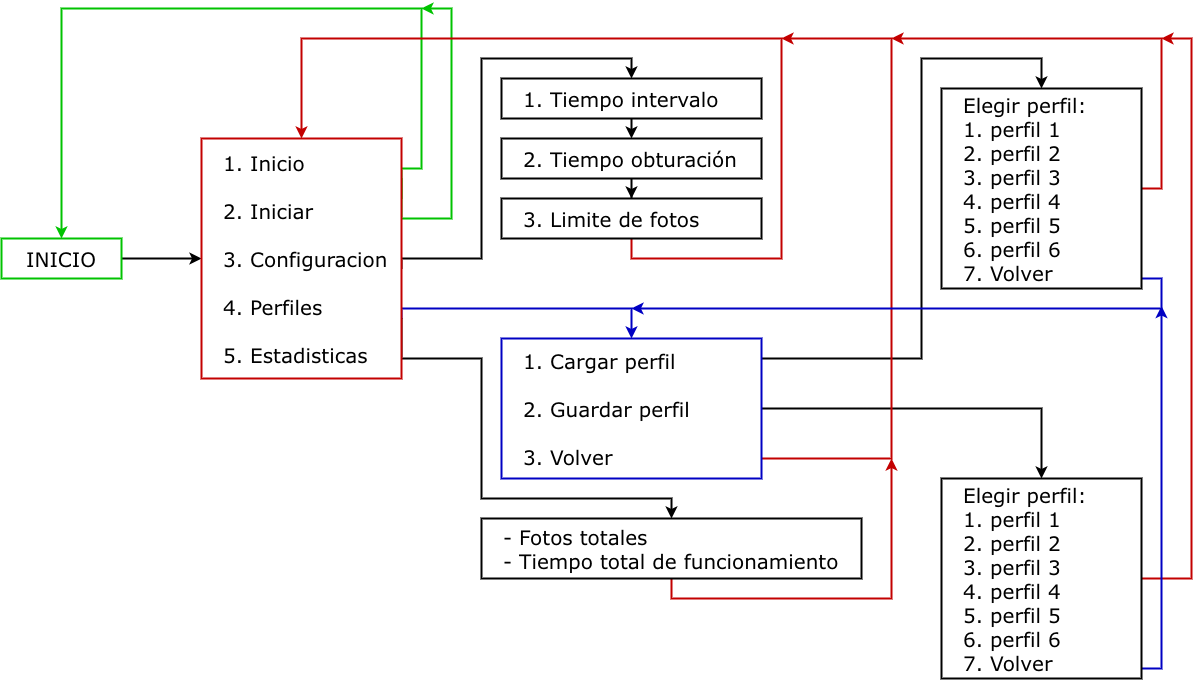
Before: docs/flowchart_es.png, a diagram exported from draw.io (Estebanp2005/AstroPhotographer). Source tidied: cells renumbered, new cells last; positions are measured from the earlier drawing's top-left corner, leaving out a move shared by most shapes.
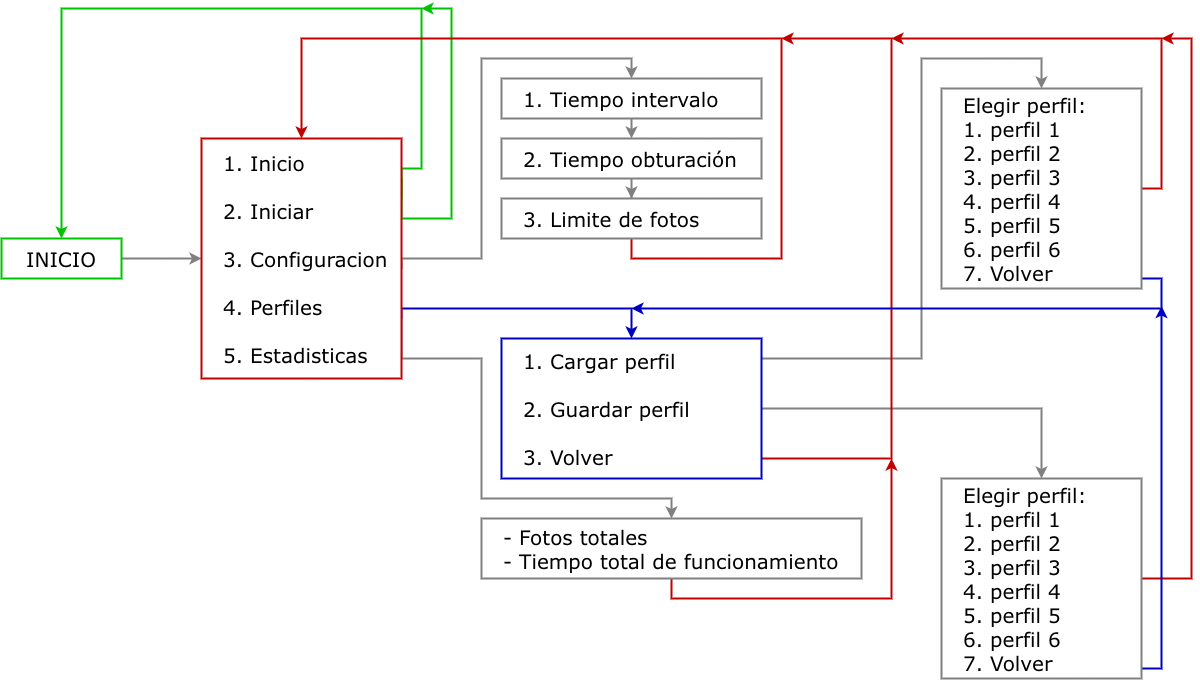
After the commit.

The edit, as a diff of the source:
```diff
@@ -2,7 +2,7 @@
   <root>
     <mxCell id="0" />
     <mxCell id="1" parent="0" />
-    <mxCell id="2" style="edgeStyle=orthogonalEdgeStyle;rounded=0;jettySize=auto;html=1;exitX=1;exitY=0.5;exitDx=0;exitDy=0;entryX=0;entryY=0.5;entryDx=0;entryDy=0;strokeWidth=2;" parent="1" edge="1" source="3" target="9">
+    <mxCell id="2" style="edgeStyle=orthogonalEdgeStyle;rounded=0;jettySize=auto;html=1;exitX=1;exitY=0.5;exitDx=0;exitDy=0;entryX=0;entryY=0.5;entryDx=0;entryDy=0;strokeWidth=2;strokeColor=#808080;" parent="1" edge="1" source="3" target="9">
       <mxGeometry relative="1" as="geometry" />
     </mxCell>
     <mxCell id="3" value="INICIO" style="rounded=0;whiteSpace=wrap;html=1;fontFamily=Verdana;fontSize=20;strokeWidth=2;strokeColor=#00C300;" parent="1" vertex="1">
@@ -29,7 +29,7 @@
         </Array>
       </mxGeometry>
     </mxCell>
-    <mxCell id="6" style="edgeStyle=orthogonalEdgeStyle;rounded=0;jettySize=auto;html=1;exitX=1;exitY=0.5;exitDx=0;exitDy=0;entryX=0.5;entryY=0;entryDx=0;entryDy=0;strokeWidth=2;" parent="1" edge="1" target="12">
+    <mxCell id="6" style="edgeStyle=orthogonalEdgeStyle;rounded=0;jettySize=auto;html=1;exitX=1;exitY=0.5;exitDx=0;exitDy=0;entryX=0.5;entryY=0;entryDx=0;entryDy=0;strokeWidth=2;strokeColor=#808080;" parent="1" edge="1" target="12">
       <mxGeometry relative="1" as="geometry">
         <mxPoint x="400" y="260" as="sourcePoint" />
         <Array as="points">
@@ -48,7 +48,7 @@
         </Array>
       </mxGeometry>
     </mxCell>
-    <mxCell id="8" style="edgeStyle=orthogonalEdgeStyle;rounded=0;jettySize=auto;html=1;exitX=1;exitY=0.75;exitDx=0;exitDy=0;entryX=0.5;entryY=0;entryDx=0;entryDy=0;strokeWidth=2;" parent="1" edge="1" source="9" target="27">
+    <mxCell id="8" style="edgeStyle=orthogonalEdgeStyle;rounded=0;jettySize=auto;html=1;exitX=1;exitY=0.75;exitDx=0;exitDy=0;entryX=0.5;entryY=0;entryDx=0;entryDy=0;strokeWidth=2;strokeColor=#808080;" parent="1" edge="1" source="9" target="27">
       <mxGeometry relative="1" as="geometry">
         <Array as="points">
           <mxPoint x="400" y="350" />
@@ -71,22 +71,22 @@
         </Array>
       </mxGeometry>
     </mxCell>
-    <mxCell id="11" style="edgeStyle=orthogonalEdgeStyle;rounded=0;jettySize=auto;html=1;exitX=0.5;exitY=1;exitDx=0;exitDy=0;entryX=0.5;entryY=0;entryDx=0;entryDy=0;strokeWidth=2;" parent="1" edge="1" source="12" target="14">
+    <mxCell id="11" style="edgeStyle=orthogonalEdgeStyle;rounded=0;jettySize=auto;html=1;exitX=0.5;exitY=1;exitDx=0;exitDy=0;entryX=0.5;entryY=0;entryDx=0;entryDy=0;strokeWidth=2;strokeColor=#808080;" parent="1" edge="1" source="12" target="14">
       <mxGeometry relative="1" as="geometry" />
     </mxCell>
-    <mxCell id="12" value="1. Tiempo intervalo" style="rounded=0;html=1;align=left;fontSize=20;labelPosition=center;verticalLabelPosition=middle;verticalAlign=middle;whiteSpace=wrap;spacingLeft=20;fontFamily=Verdana;strokeWidth=2;" parent="1" vertex="1">
+    <mxCell id="12" value="1. Tiempo intervalo" style="rounded=0;html=1;align=left;fontSize=20;labelPosition=center;verticalLabelPosition=middle;verticalAlign=middle;whiteSpace=wrap;spacingLeft=20;fontFamily=Verdana;strokeWidth=2;strokeColor=#808080;" parent="1" vertex="1">
       <mxGeometry x="500" y="70" width="260" height="40" as="geometry" />
     </mxCell>
-    <mxCell id="13" style="edgeStyle=orthogonalEdgeStyle;rounded=0;jettySize=auto;html=1;entryX=0.5;entryY=0;entryDx=0;entryDy=0;strokeWidth=2;" parent="1" edge="1" source="14" target="15">
+    <mxCell id="13" style="edgeStyle=orthogonalEdgeStyle;rounded=0;jettySize=auto;html=1;entryX=0.5;entryY=0;entryDx=0;entryDy=0;strokeWidth=2;strokeColor=#808080;" parent="1" edge="1" source="14" target="15">
       <mxGeometry relative="1" as="geometry" />
     </mxCell>
-    <mxCell id="14" value="2. Tiempo obturación" style="rounded=0;html=1;align=left;fontSize=20;labelPosition=center;verticalLabelPosition=middle;verticalAlign=middle;whiteSpace=wrap;spacingLeft=20;fontFamily=Verdana;strokeWidth=2;" parent="1" vertex="1">
+    <mxCell id="14" value="2. Tiempo obturación" style="rounded=0;html=1;align=left;fontSize=20;labelPosition=center;verticalLabelPosition=middle;verticalAlign=middle;whiteSpace=wrap;spacingLeft=20;fontFamily=Verdana;strokeWidth=2;strokeColor=#808080;" parent="1" vertex="1">
       <mxGeometry x="500" y="130" width="260" height="40" as="geometry" />
     </mxCell>
-    <mxCell id="15" value="3. Limite de fotos" style="rounded=0;html=1;align=left;fontSize=20;labelPosition=center;verticalLabelPosition=middle;verticalAlign=middle;whiteSpace=wrap;spacingLeft=20;fontFamily=Verdana;strokeWidth=2;" parent="1" vertex="1">
+    <mxCell id="15" value="3. Limite de fotos" style="rounded=0;html=1;align=left;fontSize=20;labelPosition=center;verticalLabelPosition=middle;verticalAlign=middle;whiteSpace=wrap;spacingLeft=20;fontFamily=Verdana;strokeWidth=2;strokeColor=#808080;" parent="1" vertex="1">
       <mxGeometry x="500" y="190" width="260" height="40" as="geometry" />
     </mxCell>
-    <mxCell id="16" style="edgeStyle=orthogonalEdgeStyle;rounded=0;jettySize=auto;html=1;exitX=1;exitY=0.25;exitDx=0;exitDy=0;entryX=0.5;entryY=0;entryDx=0;entryDy=0;strokeWidth=2;" parent="1" edge="1" source="19" target="22">
+    <mxCell id="16" style="edgeStyle=orthogonalEdgeStyle;rounded=0;jettySize=auto;html=1;exitX=1;exitY=0.25;exitDx=0;exitDy=0;entryX=0.5;entryY=0;entryDx=0;entryDy=0;strokeWidth=2;strokeColor=#808080;" parent="1" edge="1" source="19" target="22">
       <mxGeometry relative="1" as="geometry">
         <Array as="points">
           <mxPoint x="750" y="365" />
@@ -97,7 +97,7 @@
         </Array>
       </mxGeometry>
     </mxCell>
-    <mxCell id="17" style="edgeStyle=orthogonalEdgeStyle;rounded=0;jettySize=auto;html=1;exitX=1;exitY=0.5;exitDx=0;exitDy=0;entryX=0.5;entryY=0;entryDx=0;entryDy=0;strokeWidth=2;" parent="1" edge="1" source="19" target="25">
+    <mxCell id="17" style="edgeStyle=orthogonalEdgeStyle;rounded=0;jettySize=auto;html=1;exitX=1;exitY=0.5;exitDx=0;exitDy=0;entryX=0.5;entryY=0;entryDx=0;entryDy=0;strokeWidth=2;strokeColor=#808080;" parent="1" edge="1" source="19" target="25">
       <mxGeometry relative="1" as="geometry" />
     </mxCell>
     <mxCell id="18" style="edgeStyle=orthogonalEdgeStyle;rounded=0;jettySize=auto;html=1;exitX=1;exitY=0.75;exitDx=0;exitDy=0;strokeWidth=2;strokeColor=light-dark(#c30000, #ededed);" parent="1" edge="1" source="19">
@@ -134,7 +134,7 @@
         </Array>
       </mxGeometry>
     </mxCell>
-    <mxCell id="22" value="&lt;div&gt;Elegir perfil:&lt;/div&gt;1. perfil 1&lt;div&gt;&lt;div&gt;2. perfil 2&lt;/div&gt;&lt;div&gt;3&lt;font&gt;.&amp;nbsp;&lt;/font&gt;&lt;span style=&quot;background-color: transparent; color: light-dark(rgb(0, 0, 0), rgb(255, 255, 255));&quot;&gt;perfil 3&lt;/span&gt;&lt;/div&gt;&lt;div&gt;&lt;font&gt;4.&amp;nbsp;&lt;/font&gt;&lt;span style=&quot;background-color: transparent; color: light-dark(rgb(0, 0, 0), rgb(255, 255, 255));&quot;&gt;perfil 4&lt;/span&gt;&lt;/div&gt;&lt;div&gt;5.&amp;nbsp;&lt;span style=&quot;background-color: transparent; color: light-dark(rgb(0, 0, 0), rgb(255, 255, 255));&quot;&gt;perfil 5&lt;/span&gt;&lt;/div&gt;&lt;/div&gt;&lt;div&gt;6.&amp;nbsp;&lt;span style=&quot;background-color: transparent; color: light-dark(rgb(0, 0, 0), rgb(255, 255, 255));&quot;&gt;perfil 6&lt;/span&gt;&lt;/div&gt;&lt;div&gt;&lt;span style=&quot;background-color: transparent; color: light-dark(rgb(0, 0, 0), rgb(255, 255, 255));&quot;&gt;7. Volver&lt;/span&gt;&lt;/div&gt;" style="rounded=0;html=1;align=left;fontSize=20;labelPosition=center;verticalLabelPosition=middle;verticalAlign=middle;whiteSpace=wrap;spacingLeft=20;fontFamily=Verdana;strokeWidth=2;" parent="1" vertex="1">
+    <mxCell id="22" value="&lt;div&gt;Elegir perfil:&lt;/div&gt;1. perfil 1&lt;div&gt;&lt;div&gt;2. perfil 2&lt;/div&gt;&lt;div&gt;3&lt;font&gt;.&amp;nbsp;&lt;/font&gt;&lt;span style=&quot;background-color: transparent; color: light-dark(rgb(0, 0, 0), rgb(255, 255, 255));&quot;&gt;perfil 3&lt;/span&gt;&lt;/div&gt;&lt;div&gt;&lt;font&gt;4.&amp;nbsp;&lt;/font&gt;&lt;span style=&quot;background-color: transparent; color: light-dark(rgb(0, 0, 0), rgb(255, 255, 255));&quot;&gt;perfil 4&lt;/span&gt;&lt;/div&gt;&lt;div&gt;5.&amp;nbsp;&lt;span style=&quot;background-color: transparent; color: light-dark(rgb(0, 0, 0), rgb(255, 255, 255));&quot;&gt;perfil 5&lt;/span&gt;&lt;/div&gt;&lt;/div&gt;&lt;div&gt;6.&amp;nbsp;&lt;span style=&quot;background-color: transparent; color: light-dark(rgb(0, 0, 0), rgb(255, 255, 255));&quot;&gt;perfil 6&lt;/span&gt;&lt;/div&gt;&lt;div&gt;&lt;span style=&quot;background-color: transparent; color: light-dark(rgb(0, 0, 0), rgb(255, 255, 255));&quot;&gt;7. Volver&lt;/span&gt;&lt;/div&gt;" style="rounded=0;html=1;align=left;fontSize=20;labelPosition=center;verticalLabelPosition=middle;verticalAlign=middle;whiteSpace=wrap;spacingLeft=20;fontFamily=Verdana;strokeWidth=2;strokeColor=#808080;" parent="1" vertex="1">
       <mxGeometry x="940" y="80" width="200" height="200" as="geometry" />
     </mxCell>
     <mxCell id="23" style="edgeStyle=orthogonalEdgeStyle;rounded=0;jettySize=auto;html=1;exitX=1;exitY=0.5;exitDx=0;exitDy=0;strokeColor=#C30000;strokeWidth=2;" parent="1" edge="1" source="25">
@@ -156,7 +156,7 @@
         </Array>
       </mxGeometry>
     </mxCell>
-    <mxCell id="25" value="&lt;div&gt;Elegir perfil:&lt;/div&gt;1. perfil 1&lt;div&gt;&lt;div&gt;2. perfil 2&lt;/div&gt;&lt;div&gt;3&lt;font&gt;.&amp;nbsp;&lt;/font&gt;&lt;span style=&quot;background-color: transparent; color: light-dark(rgb(0, 0, 0), rgb(255, 255, 255));&quot;&gt;perfil 3&lt;/span&gt;&lt;/div&gt;&lt;div&gt;&lt;font&gt;4.&amp;nbsp;&lt;/font&gt;&lt;span style=&quot;background-color: transparent; color: light-dark(rgb(0, 0, 0), rgb(255, 255, 255));&quot;&gt;perfil 4&lt;/span&gt;&lt;/div&gt;&lt;div&gt;5.&amp;nbsp;&lt;span style=&quot;background-color: transparent; color: light-dark(rgb(0, 0, 0), rgb(255, 255, 255));&quot;&gt;perfil 5&lt;/span&gt;&lt;/div&gt;&lt;/div&gt;&lt;div&gt;6.&amp;nbsp;&lt;span style=&quot;background-color: transparent; color: light-dark(rgb(0, 0, 0), rgb(255, 255, 255));&quot;&gt;perfil 6&lt;/span&gt;&lt;/div&gt;&lt;div&gt;&lt;span style=&quot;background-color: transparent; color: light-dark(rgb(0, 0, 0), rgb(255, 255, 255));&quot;&gt;7. Volver&lt;/span&gt;&lt;/div&gt;" style="rounded=0;html=1;align=left;fontSize=20;labelPosition=center;verticalLabelPosition=middle;verticalAlign=middle;whiteSpace=wrap;spacingLeft=20;fontFamily=Verdana;strokeWidth=2;" parent="1" vertex="1">
+    <mxCell id="25" value="&lt;div&gt;Elegir perfil:&lt;/div&gt;1. perfil 1&lt;div&gt;&lt;div&gt;2. perfil 2&lt;/div&gt;&lt;div&gt;3&lt;font&gt;.&amp;nbsp;&lt;/font&gt;&lt;span style=&quot;background-color: transparent; color: light-dark(rgb(0, 0, 0), rgb(255, 255, 255));&quot;&gt;perfil 3&lt;/span&gt;&lt;/div&gt;&lt;div&gt;&lt;font&gt;4.&amp;nbsp;&lt;/font&gt;&lt;span style=&quot;background-color: transparent; color: light-dark(rgb(0, 0, 0), rgb(255, 255, 255));&quot;&gt;perfil 4&lt;/span&gt;&lt;/div&gt;&lt;div&gt;5.&amp;nbsp;&lt;span style=&quot;background-color: transparent; color: light-dark(rgb(0, 0, 0), rgb(255, 255, 255));&quot;&gt;perfil 5&lt;/span&gt;&lt;/div&gt;&lt;/div&gt;&lt;div&gt;6.&amp;nbsp;&lt;span style=&quot;background-color: transparent; color: light-dark(rgb(0, 0, 0), rgb(255, 255, 255));&quot;&gt;perfil 6&lt;/span&gt;&lt;/div&gt;&lt;div&gt;&lt;span style=&quot;background-color: transparent; color: light-dark(rgb(0, 0, 0), rgb(255, 255, 255));&quot;&gt;7. Volver&lt;/span&gt;&lt;/div&gt;" style="rounded=0;html=1;align=left;fontSize=20;labelPosition=center;verticalLabelPosition=middle;verticalAlign=middle;whiteSpace=wrap;spacingLeft=20;fontFamily=Verdana;strokeWidth=2;strokeColor=#808080;" parent="1" vertex="1">
       <mxGeometry x="940" y="470" width="200" height="200" as="geometry" />
     </mxCell>
     <mxCell id="26" style="edgeStyle=orthogonalEdgeStyle;rounded=0;jettySize=auto;html=1;strokeWidth=2;strokeColor=#C30000;" parent="1" edge="1" source="27">
@@ -168,7 +168,7 @@
         </Array>
       </mxGeometry>
     </mxCell>
-    <mxCell id="27" value="- Fotos totales&lt;div&gt;&lt;span style=&quot;background-color: transparent; color: light-dark(rgb(0, 0, 0), rgb(255, 255, 255));&quot;&gt;- Tiempo total de funcionamiento&lt;/span&gt;&lt;/div&gt;" style="rounded=0;html=1;align=left;fontSize=20;labelPosition=center;verticalLabelPosition=middle;verticalAlign=middle;whiteSpace=wrap;spacingLeft=20;fontFamily=Verdana;strokeWidth=2;" parent="1" vertex="1">
+    <mxCell id="27" value="- Fotos totales&lt;div&gt;&lt;span style=&quot;background-color: transparent; color: light-dark(rgb(0, 0, 0), rgb(255, 255, 255));&quot;&gt;- Tiempo total de funcionamiento&lt;/span&gt;&lt;/div&gt;" style="rounded=0;html=1;align=left;fontSize=20;labelPosition=center;verticalLabelPosition=middle;verticalAlign=middle;whiteSpace=wrap;spacingLeft=20;fontFamily=Verdana;strokeWidth=2;strokeColor=#808080;" parent="1" vertex="1">
       <mxGeometry x="480" y="510" width="380" height="60" as="geometry" />
     </mxCell>
   </root>
```
